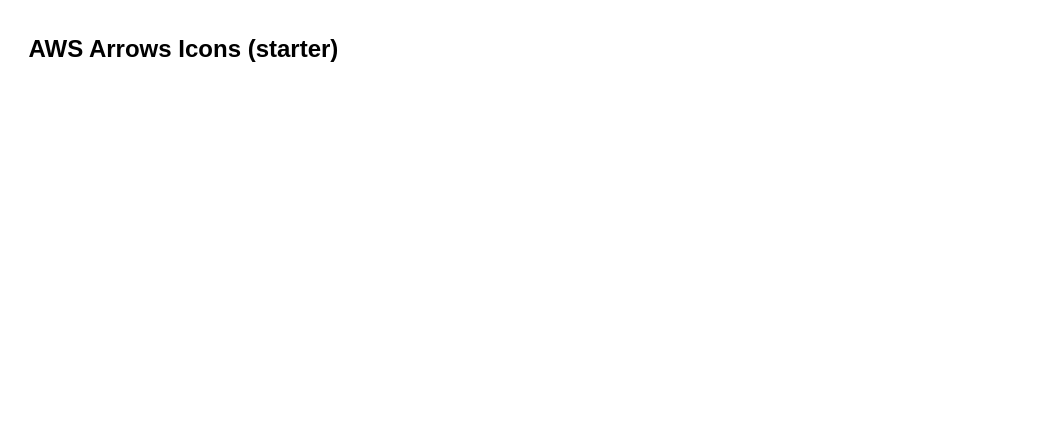
This is shared-resources/aws-icons/arrows.drawio from rohittewari/openclaw-repo, a draw.io file, before an edit. Source tidied: cells renumbered, new cells numbered last; positions are measured from the earlier drawing's top-left corner, leaving out a move shared by most shapes. Both pictures are drawn from the tidied source at 150%, with x=0, y=0 at pixel (26, 26).
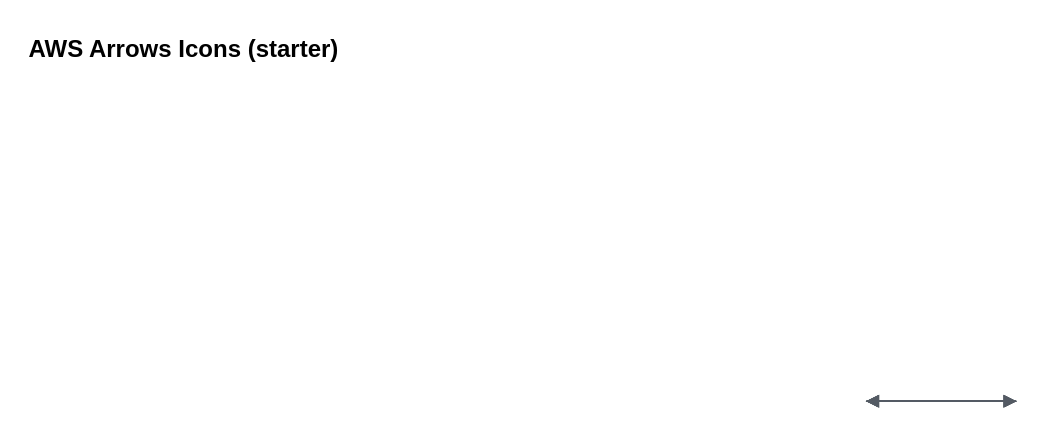
After the change.

What changed in the source:
```diff
@@
+    <mxCell id="3" style="edgeStyle=orthogonalEdgeStyle;html=1;endArrow=none;elbow=vertical;startArrow=block;startFill=1;strokeColor=#545B64;rounded=0;" parent="1" edge="1">
+      <mxGeometry relative="1" as="geometry">
+        <mxPoint x="560" y="250" as="sourcePoint" />
+        <mxPoint x="660" y="250" as="targetPoint" />
+      </mxGeometry>
+    </mxCell>
+    <mxCell id="4" style="edgeStyle=orthogonalEdgeStyle;html=1;endArrow=block;elbow=vertical;startArrow=none;endFill=1;strokeColor=#545B64;rounded=0;" parent="1" edge="1">
+      <mxGeometry relative="1" as="geometry">
+        <mxPoint x="560" y="250" as="sourcePoint" />
+        <mxPoint x="660" y="250" as="targetPoint" />
+      </mxGeometry>
+    </mxCell>
+    <mxCell id="5" style="edgeStyle=orthogonalEdgeStyle;html=1;endArrow=block;elbow=vertical;startArrow=block;startFill=1;endFill=1;strokeColor=#545B64;rounded=0;" parent="1" edge="1">
+      <mxGeometry relative="1" as="geometry">
+        <mxPoint x="560" y="250" as="sourcePoint" />
+        <mxPoint x="660" y="250" as="targetPoint" />
+      </mxGeometry>
+    </mxCell>
+    <mxCell id="6" style="edgeStyle=orthogonalEdgeStyle;html=1;endArrow=none;elbow=vertical;startArrow=openThin;startFill=0;strokeColor=#545B64;rounded=0;" parent="1" edge="1">
+      <mxGeometry relative="1" as="geometry">
+        <mxPoint x="560" y="250" as="sourcePoint" />
+        <mxPoint x="660" y="250" as="targetPoint" />
+      </mxGeometry>
+    </mxCell>
+    <mxCell id="7" style="edgeStyle=orthogonalEdgeStyle;html=1;endArrow=openThin;elbow=vertical;startArrow=none;endFill=0;strokeColor=#545B64;rounded=0;" parent="1" edge="1">
+      <mxGeometry relative="1" as="geometry">
+        <mxPoint x="560" y="250" as="sourcePoint" />
+        <mxPoint x="660" y="250" as="targetPoint" />
+      </mxGeometry>
+    </mxCell>
+    <mxCell id="8" style="edgeStyle=orthogonalEdgeStyle;html=1;endArrow=openThin;elbow=vertical;startArrow=openThin;startFill=0;endFill=0;strokeColor=#545B64;rounded=0;" parent="1" edge="1">
+      <mxGeometry relative="1" as="geometry">
+        <mxPoint x="560" y="250" as="sourcePoint" />
+        <mxPoint x="660" y="250" as="targetPoint" />
+      </mxGeometry>
+    </mxCell>
+    <mxCell id="9" style="edgeStyle=orthogonalEdgeStyle;html=1;endArrow=none;elbow=vertical;startArrow=open;startFill=0;strokeColor=#545B64;rounded=0;" parent="1" edge="1">
+      <mxGeometry relative="1" as="geometry">
+        <mxPoint x="560" y="250" as="sourcePoint" />
+        <mxPoint x="660" y="250" as="targetPoint" />
+      </mxGeometry>
+    </mxCell>
+    <mxCell id="10" style="edgeStyle=orthogonalEdgeStyle;html=1;endArrow=open;elbow=vertical;startArrow=none;endFill=0;strokeColor=#545B64;rounded=0;" parent="1" edge="1">
+      <mxGeometry relative="1" as="geometry">
+        <mxPoint x="560" y="250" as="sourcePoint" />
+        <mxPoint x="660" y="250" as="targetPoint" />
+      </mxGeometry>
+    </mxCell>
+    <mxCell id="11" style="edgeStyle=orthogonalEdgeStyle;htmDepartman barl=1;endArrow=open;elbow=vertical;startArrow=open;startFill=0;endFill=0;strokeColor=#545B64;rounded=0;" parent="1" edge="1">
+      <mxGeometry relative="1" as="geometry">
+        <mxPoint x="560" y="250" as="sourcePoint" />
+        <mxPoint x="660" y="250" as="targetPoint" />
+      </mxGeometry>
+    </mxCell>
```
